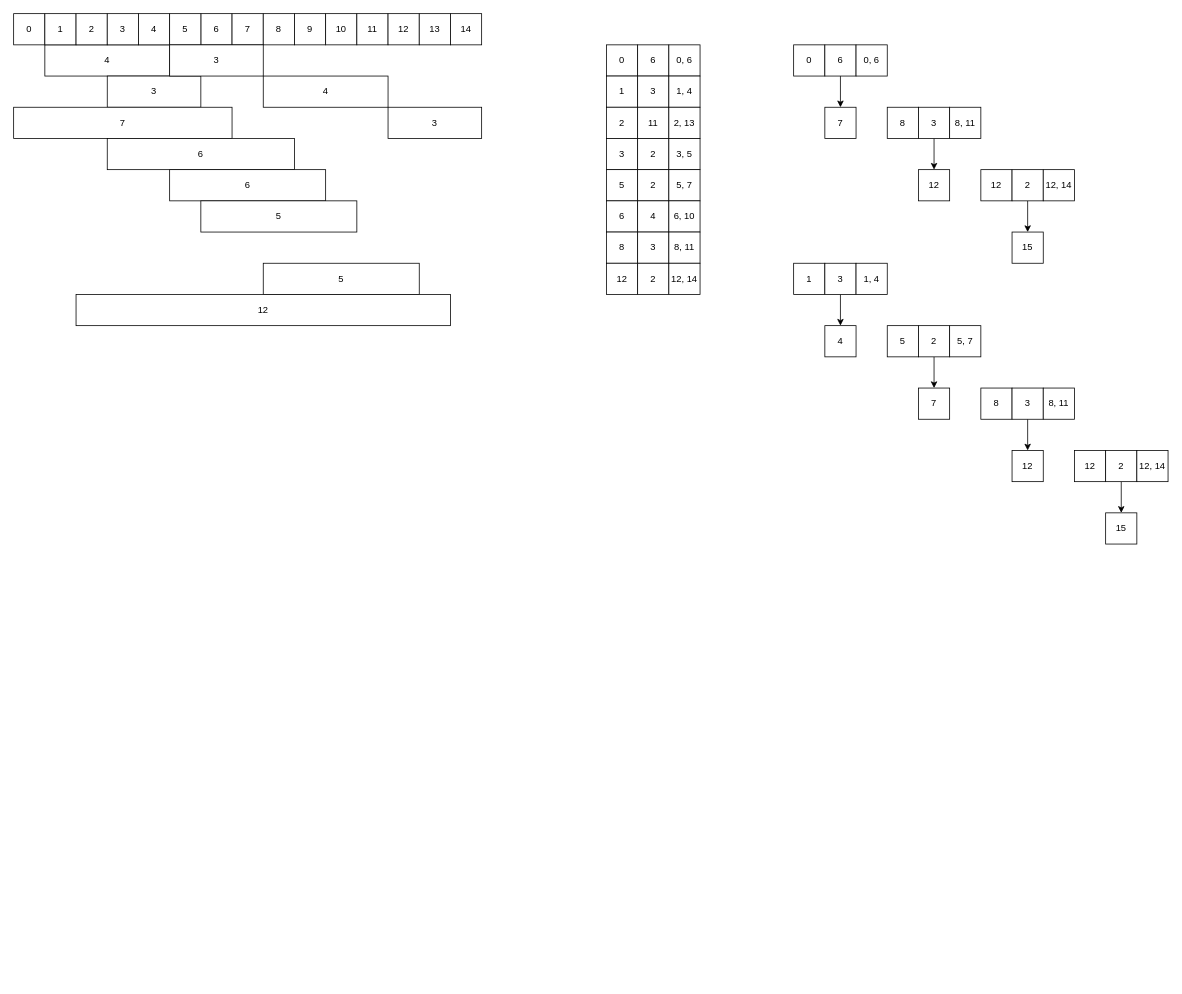
TaegyuHan/BackJoon_C keeps this draw.io diagram as CLASS/CLASS 3/1931 회의실 배정/1931.drawio. Above is the earlier version. Source tidied: cells renumbered, new cells numbered last; positions are measured from the earlier drawing's top-left corner, leaving out a move shared by most shapes. Both pictures are drawn from the tidied source at 78%, with x=0, y=0 at pixel (13, 13).
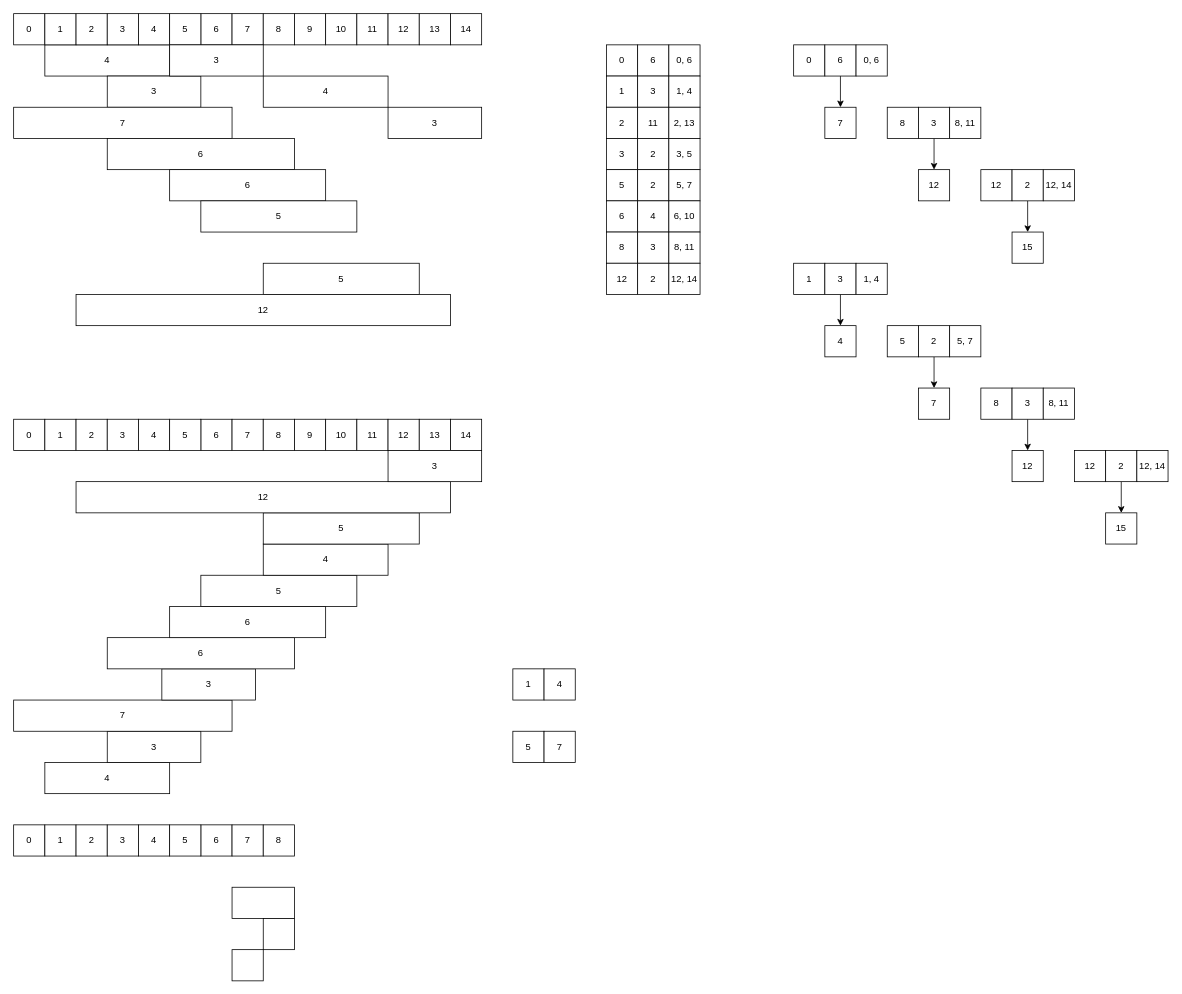
After the change.

Diff of the diagram source:
```diff
@@
+    <mxCell id="87" value="4" style="rounded=0;whiteSpace=wrap;html=1;" parent="1" vertex="1">
+      <mxGeometry x="40" y="960" width="160" height="40" as="geometry" />
+    </mxCell>
+    <mxCell id="88" value="0" style="rounded=0;whiteSpace=wrap;html=1;" parent="1" vertex="1">
+      <mxGeometry y="520" width="40" height="40" as="geometry" />
+    </mxCell>
+    <mxCell id="89" value="1" style="rounded=0;whiteSpace=wrap;html=1;" parent="1" vertex="1">
+      <mxGeometry x="40" y="520" width="40" height="40" as="geometry" />
+    </mxCell>
+    <mxCell id="90" value="2" style="rounded=0;whiteSpace=wrap;html=1;" parent="1" vertex="1">
+      <mxGeometry x="80" y="520" width="40" height="40" as="geometry" />
+    </mxCell>
+    <mxCell id="91" value="3" style="rounded=0;whiteSpace=wrap;html=1;" parent="1" vertex="1">
+      <mxGeometry x="120" y="520" width="40" height="40" as="geometry" />
+    </mxCell>
+    <mxCell id="92" value="6" style="rounded=0;whiteSpace=wrap;html=1;" parent="1" vertex="1">
+      <mxGeometry x="240" y="520" width="40" height="40" as="geometry" />
+    </mxCell>
+    <mxCell id="93" value="7" style="rounded=0;whiteSpace=wrap;html=1;" parent="1" vertex="1">
+      <mxGeometry x="280" y="520" width="40" height="40" as="geometry" />
+    </mxCell>
+    <mxCell id="94" value="4" style="rounded=0;whiteSpace=wrap;html=1;" parent="1" vertex="1">
+      <mxGeometry x="160" y="520" width="40" height="40" as="geometry" />
+    </mxCell>
+    <mxCell id="95" value="5" style="rounded=0;whiteSpace=wrap;html=1;" parent="1" vertex="1">
+      <mxGeometry x="200" y="520" width="40" height="40" as="geometry" />
+    </mxCell>
+    <mxCell id="96" value="8" style="rounded=0;whiteSpace=wrap;html=1;" parent="1" vertex="1">
+      <mxGeometry x="320" y="520" width="40" height="40" as="geometry" />
+    </mxCell>
+    <mxCell id="97" value="9" style="rounded=0;whiteSpace=wrap;html=1;" parent="1" vertex="1">
+      <mxGeometry x="360" y="520" width="40" height="40" as="geometry" />
+    </mxCell>
+    <mxCell id="98" value="10" style="rounded=0;whiteSpace=wrap;html=1;" parent="1" vertex="1">
+      <mxGeometry x="400" y="520" width="40" height="40" as="geometry" />
+    </mxCell>
+    <mxCell id="99" value="11" style="rounded=0;whiteSpace=wrap;html=1;" parent="1" vertex="1">
+      <mxGeometry x="440" y="520" width="40" height="40" as="geometry" />
+    </mxCell>
+    <mxCell id="100" value="12" style="rounded=0;whiteSpace=wrap;html=1;" parent="1" vertex="1">
+      <mxGeometry x="480" y="520" width="40" height="40" as="geometry" />
+    </mxCell>
+    <mxCell id="101" value="13" style="rounded=0;whiteSpace=wrap;html=1;" parent="1" vertex="1">
+      <mxGeometry x="520" y="520" width="40" height="40" as="geometry" />
+    </mxCell>
+    <mxCell id="102" value="14" style="rounded=0;whiteSpace=wrap;html=1;" parent="1" vertex="1">
+      <mxGeometry x="560" y="520" width="40" height="40" as="geometry" />
+    </mxCell>
+    <mxCell id="103" value="3" style="rounded=0;whiteSpace=wrap;html=1;" parent="1" vertex="1">
+      <mxGeometry x="120" y="920" width="120" height="40" as="geometry" />
+    </mxCell>
+    <mxCell id="104" value="7" style="rounded=0;whiteSpace=wrap;html=1;" parent="1" vertex="1">
+      <mxGeometry y="880" width="280" height="40" as="geometry" />
+    </mxCell>
+    <mxCell id="105" value="3" style="rounded=0;whiteSpace=wrap;html=1;" parent="1" vertex="1">
+      <mxGeometry x="190" y="840" width="120" height="40" as="geometry" />
+    </mxCell>
+    <mxCell id="106" value="6" style="rounded=0;whiteSpace=wrap;html=1;" parent="1" vertex="1">
+      <mxGeometry x="120" y="800" width="240" height="40" as="geometry" />
+    </mxCell>
+    <mxCell id="107" value="6" style="rounded=0;whiteSpace=wrap;html=1;" parent="1" vertex="1">
+      <mxGeometry x="200" y="760" width="200" height="40" as="geometry" />
+    </mxCell>
+    <mxCell id="108" value="5" style="rounded=0;whiteSpace=wrap;html=1;" parent="1" vertex="1">
+      <mxGeometry x="240" y="720" width="200" height="40" as="geometry" />
+    </mxCell>
+    <mxCell id="109" value="4" style="rounded=0;whiteSpace=wrap;html=1;" parent="1" vertex="1">
+      <mxGeometry x="320" y="680" width="160" height="40" as="geometry" />
+    </mxCell>
+    <mxCell id="110" value="5" style="rounded=0;whiteSpace=wrap;html=1;" parent="1" vertex="1">
+      <mxGeometry x="320" y="640" width="200" height="40" as="geometry" />
+    </mxCell>
+    <mxCell id="111" value="12" style="rounded=0;whiteSpace=wrap;html=1;" parent="1" vertex="1">
+      <mxGeometry x="80" y="600" width="480" height="40" as="geometry" />
+    </mxCell>
+    <mxCell id="112" value="3" style="rounded=0;whiteSpace=wrap;html=1;" parent="1" vertex="1">
+      <mxGeometry x="480" y="560" width="120" height="40" as="geometry" />
+    </mxCell>
+    <mxCell id="113" value="1" style="rounded=0;whiteSpace=wrap;html=1;" parent="1" vertex="1">
+      <mxGeometry x="640" y="840" width="40" height="40" as="geometry" />
+    </mxCell>
+    <mxCell id="114" value="4" style="rounded=0;whiteSpace=wrap;html=1;" parent="1" vertex="1">
+      <mxGeometry x="680" y="840" width="40" height="40" as="geometry" />
+    </mxCell>
+    <mxCell id="115" value="5" style="rounded=0;whiteSpace=wrap;html=1;" parent="1" vertex="1">
+      <mxGeometry x="640" y="920" width="40" height="40" as="geometry" />
+    </mxCell>
+    <mxCell id="116" value="7" style="rounded=0;whiteSpace=wrap;html=1;" parent="1" vertex="1">
+      <mxGeometry x="680" y="920" width="40" height="40" as="geometry" />
+    </mxCell>
+    <mxCell id="117" value="0" style="rounded=0;whiteSpace=wrap;html=1;" parent="1" vertex="1">
+      <mxGeometry y="1040" width="40" height="40" as="geometry" />
+    </mxCell>
+    <mxCell id="118" value="1" style="rounded=0;whiteSpace=wrap;html=1;" parent="1" vertex="1">
+      <mxGeometry x="40" y="1040" width="40" height="40" as="geometry" />
+    </mxCell>
+    <mxCell id="119" value="2" style="rounded=0;whiteSpace=wrap;html=1;" parent="1" vertex="1">
+      <mxGeometry x="80" y="1040" width="40" height="40" as="geometry" />
+    </mxCell>
+    <mxCell id="120" value="3" style="rounded=0;whiteSpace=wrap;html=1;" parent="1" vertex="1">
+      <mxGeometry x="120" y="1040" width="40" height="40" as="geometry" />
+    </mxCell>
+    <mxCell id="121" value="6" style="rounded=0;whiteSpace=wrap;html=1;" parent="1" vertex="1">
+      <mxGeometry x="240" y="1040" width="40" height="40" as="geometry" />
+    </mxCell>
+    <mxCell id="122" value="7" style="rounded=0;whiteSpace=wrap;html=1;" parent="1" vertex="1">
+      <mxGeometry x="280" y="1040" width="40" height="40" as="geometry" />
+    </mxCell>
+    <mxCell id="123" value="4" style="rounded=0;whiteSpace=wrap;html=1;" parent="1" vertex="1">
+      <mxGeometry x="160" y="1040" width="40" height="40" as="geometry" />
+    </mxCell>
+    <mxCell id="124" value="5" style="rounded=0;whiteSpace=wrap;html=1;" parent="1" vertex="1">
+      <mxGeometry x="200" y="1040" width="40" height="40" as="geometry" />
+    </mxCell>
+    <mxCell id="125" value="8" style="rounded=0;whiteSpace=wrap;html=1;" parent="1" vertex="1">
+      <mxGeometry x="320" y="1040" width="40" height="40" as="geometry" />
+    </mxCell>
+    <mxCell id="126" style="rounded=0;whiteSpace=wrap;html=1;" parent="1" vertex="1">
+      <mxGeometry x="280" y="1200" width="40" height="40" as="geometry" />
+    </mxCell>
+    <mxCell id="127" style="rounded=0;whiteSpace=wrap;html=1;" parent="1" vertex="1">
+      <mxGeometry x="280" y="1120" width="80" height="40" as="geometry" />
+    </mxCell>
+    <mxCell id="128" style="rounded=0;whiteSpace=wrap;html=1;" parent="1" vertex="1">
+      <mxGeometry x="320" y="1160" width="40" height="40" as="geometry" />
+    </mxCell>
```
